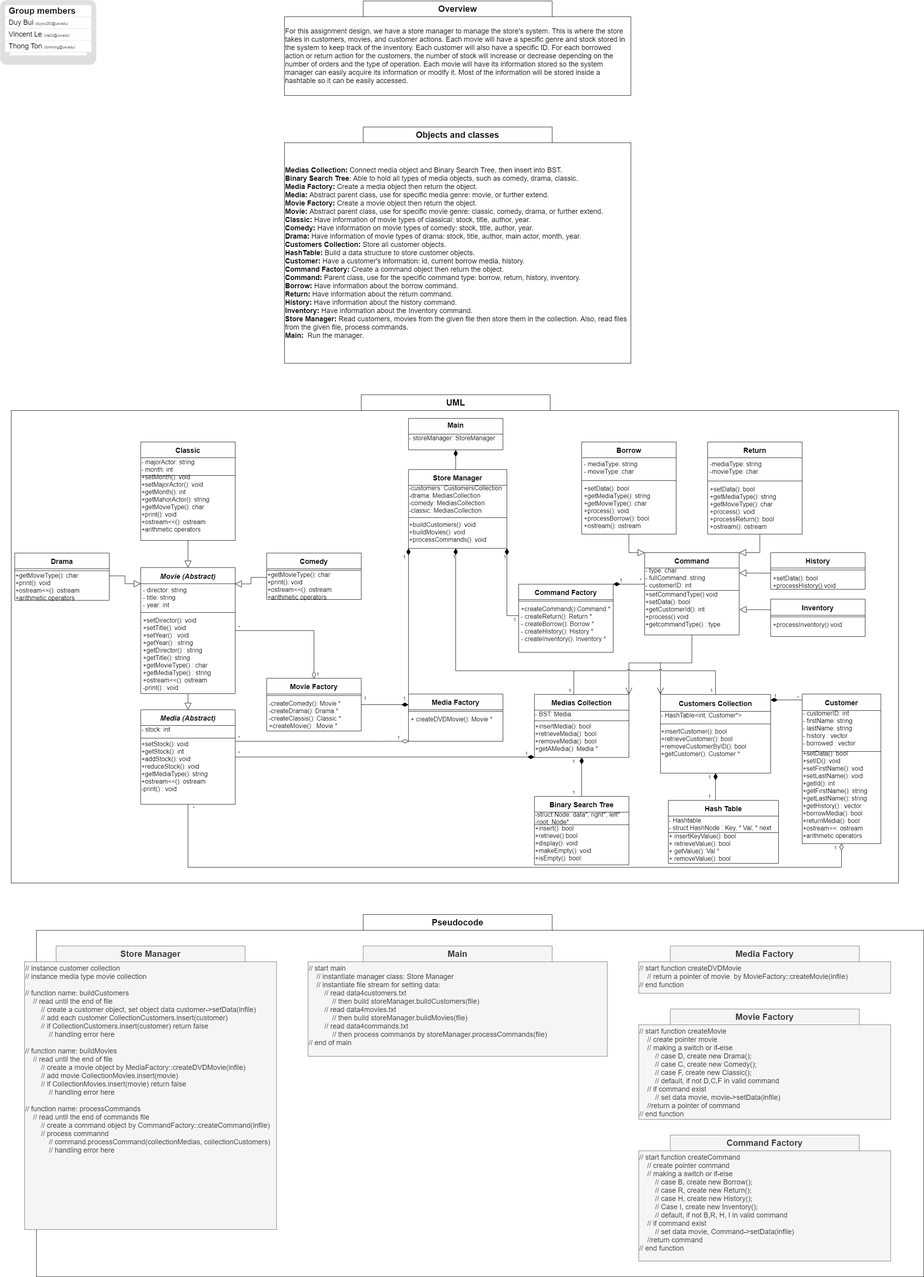
Above: CSS343/assignment4/project_design/uml/css343_assignment4_uml.png in thongton11314/Cpp-Reference (draw.io), before the change. Source tidied: cells renumbered, new cells last; positions are measured from the earlier drawing's top-left corner, leaving out a move shared by most shapes.
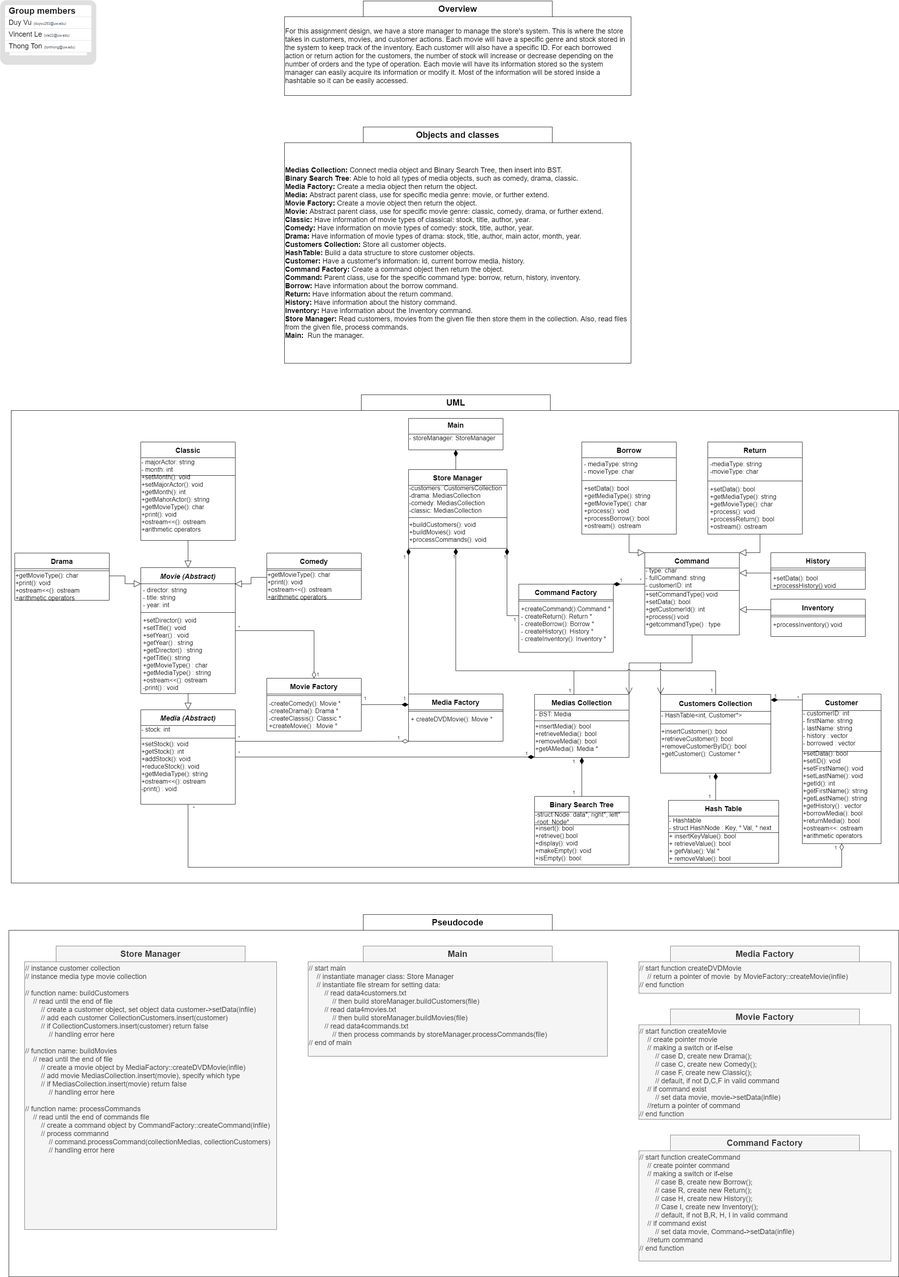
The same file after the commit.

Diff of the diagram source:
```diff
@@ -3,7 +3,7 @@
     <mxCell id="0" />
     <mxCell id="1" parent="0" />
     <mxCell id="2" style="rounded=0;whiteSpace=wrap;html=1;fontSize=18;" parent="1" vertex="1">
-      <mxGeometry x="80" y="2360" width="2254" height="880" as="geometry" />
+      <mxGeometry x="10" y="2360" width="2260" height="880" as="geometry" />
     </mxCell>
     <mxCell id="3" style="rounded=0;whiteSpace=wrap;html=1;" parent="1" vertex="1">
       <mxGeometry x="16" y="1040" width="2254" height="1200" as="geometry" />
@@ -469,7 +469,7 @@
     <mxCell id="122" value="&lt;div&gt;&lt;span&gt;// start main&lt;/span&gt;&lt;br&gt;&lt;/div&gt;&lt;div&gt;&amp;nbsp; &amp;nbsp; // instantiate manager class: Store Manager&lt;/div&gt;&lt;div&gt;&amp;nbsp; &amp;nbsp; // instantiate file stream for setting data:&amp;nbsp;&lt;/div&gt;&lt;div&gt;&amp;nbsp; &amp;nbsp; &amp;nbsp; &amp;nbsp; // read data4customers.txt&amp;nbsp;&lt;/div&gt;&lt;div&gt;&amp;nbsp; &amp;nbsp; &amp;nbsp; &amp;nbsp; &amp;nbsp; &amp;nbsp; // then build storeManager.buildCustomers(file)&lt;/div&gt;&lt;div&gt;&amp;nbsp; &amp;nbsp; &amp;nbsp; &amp;nbsp; // read data4movies.txt&amp;nbsp;&lt;/div&gt;&lt;div&gt;&amp;nbsp; &amp;nbsp; &amp;nbsp; &amp;nbsp; &amp;nbsp; &amp;nbsp; // then build storeManager.buildMovies(file)&lt;/div&gt;&lt;div&gt;&amp;nbsp; &amp;nbsp; &amp;nbsp; &amp;nbsp; // read data4commands.txt&amp;nbsp;&lt;/div&gt;&lt;div&gt;&amp;nbsp; &amp;nbsp; &amp;nbsp; &amp;nbsp; &amp;nbsp; &amp;nbsp; // then process commands by&amp;nbsp;&lt;span&gt;storeManager.processCommands(file)&lt;/span&gt;&lt;/div&gt;&lt;div&gt;// end of main&lt;/div&gt;" style="text;html=1;strokeColor=#666666;fillColor=#f5f5f5;align=left;verticalAlign=top;whiteSpace=wrap;rounded=0;shadow=0;glass=0;sketch=0;fontSize=18;horizontal=1;fontColor=#333333;" parent="1" vertex="1">
       <mxGeometry x="770" y="2440" width="760" height="240" as="geometry" />
     </mxCell>
-    <mxCell id="123" value="&lt;div&gt;&lt;span&gt;// instance customer collection&lt;/span&gt;&lt;br&gt;&lt;/div&gt;&lt;div&gt;// instance media type movie collection&lt;/div&gt;&lt;div&gt;&lt;br&gt;&lt;/div&gt;&lt;div&gt;// function name: buildCustomers&lt;/div&gt;&lt;div&gt;&amp;nbsp; &amp;nbsp; // read until the end of file&lt;/div&gt;&lt;div&gt;&amp;nbsp; &amp;nbsp; &amp;nbsp; &amp;nbsp; // create a customer object, set object data customer-&amp;gt;setData(infile)&lt;/div&gt;&lt;div&gt;&amp;nbsp; &amp;nbsp; &amp;nbsp; &amp;nbsp; // add each customer CollectionCustomers.insert(customer)&lt;/div&gt;&lt;div&gt;&amp;nbsp; &amp;nbsp; &amp;nbsp; &amp;nbsp; // if CollectionCustomers.insert(customer) return false&lt;/div&gt;&lt;div&gt;&amp;nbsp; &amp;nbsp; &amp;nbsp; &amp;nbsp; &amp;nbsp; &amp;nbsp; // handling error here&lt;/div&gt;&lt;div&gt;&lt;br&gt;&lt;/div&gt;&lt;div&gt;// function name: buildMovies&lt;/div&gt;&lt;div&gt;&amp;nbsp; &amp;nbsp; // read until the end of file&lt;/div&gt;&lt;div&gt;&amp;nbsp; &amp;nbsp; &amp;nbsp; &amp;nbsp; // create a movie object by MediaFactory::createDVDMovie(infile)&lt;/div&gt;&lt;div&gt;&amp;nbsp; &amp;nbsp; &amp;nbsp; &amp;nbsp; // add movie CollectionMovies.insert(movie)&lt;/div&gt;&lt;div&gt;&amp;nbsp; &amp;nbsp; &amp;nbsp; &amp;nbsp; // if CollectionMovies.insert(movie) return false&lt;/div&gt;&lt;div&gt;&amp;nbsp; &amp;nbsp; &amp;nbsp; &amp;nbsp; &amp;nbsp; &amp;nbsp; // handling error here&lt;/div&gt;&lt;div&gt;&lt;br&gt;&lt;/div&gt;&lt;div&gt;// function name: processCommands&lt;/div&gt;&lt;div&gt;&amp;nbsp; &amp;nbsp; // read until the end of commands file&lt;/div&gt;&lt;div&gt;&amp;nbsp; &amp;nbsp; &amp;nbsp; &amp;nbsp; // create a command object by CommandFactory::createCommand(infile)&lt;/div&gt;&lt;div&gt;&amp;nbsp; &amp;nbsp; &amp;nbsp; &amp;nbsp; // process commannd&lt;/div&gt;&lt;div&gt;&amp;nbsp; &amp;nbsp; &amp;nbsp; &amp;nbsp; &amp;nbsp; &amp;nbsp; // command.processCommand(collectionMedias, collectionCustomers)&lt;/div&gt;&lt;div&gt;&amp;nbsp; &amp;nbsp; &amp;nbsp; &amp;nbsp; &amp;nbsp; &amp;nbsp; // handling error here&lt;/div&gt;" style="text;html=1;strokeColor=#666666;fillColor=#f5f5f5;align=left;verticalAlign=top;whiteSpace=wrap;rounded=0;shadow=0;glass=0;sketch=0;fontSize=18;horizontal=1;fontColor=#333333;" parent="1" vertex="1">
+    <mxCell id="123" value="&lt;div&gt;&lt;span&gt;// instance customer collection&lt;/span&gt;&lt;br&gt;&lt;/div&gt;&lt;div&gt;// instance media type movie collection&lt;/div&gt;&lt;div&gt;&lt;br&gt;&lt;/div&gt;&lt;div&gt;// function name: buildCustomers&lt;/div&gt;&lt;div&gt;&amp;nbsp; &amp;nbsp; // read until the end of file&lt;/div&gt;&lt;div&gt;&amp;nbsp; &amp;nbsp; &amp;nbsp; &amp;nbsp; // create a customer object, set object data customer-&amp;gt;setData(infile)&lt;/div&gt;&lt;div&gt;&amp;nbsp; &amp;nbsp; &amp;nbsp; &amp;nbsp; // add each customer CollectionCustomers.insert(customer)&lt;/div&gt;&lt;div&gt;&amp;nbsp; &amp;nbsp; &amp;nbsp; &amp;nbsp; // if CollectionCustomers.insert(customer) return false&lt;/div&gt;&lt;div&gt;&amp;nbsp; &amp;nbsp; &amp;nbsp; &amp;nbsp; &amp;nbsp; &amp;nbsp; // handling error here&lt;/div&gt;&lt;div&gt;&lt;br&gt;&lt;/div&gt;&lt;div&gt;// function name: buildMovies&lt;/div&gt;&lt;div&gt;&amp;nbsp; &amp;nbsp; // read until the end of file&lt;/div&gt;&lt;div&gt;&amp;nbsp; &amp;nbsp; &amp;nbsp; &amp;nbsp; // create a movie object by MediaFactory::createDVDMovie(infile)&lt;/div&gt;&lt;div&gt;&amp;nbsp; &amp;nbsp; &amp;nbsp; &amp;nbsp; // add movie MediasCollection.insert(movie), specify which type&lt;/div&gt;&lt;div&gt;&amp;nbsp; &amp;nbsp; &amp;nbsp; &amp;nbsp; // if MediasCollection.insert(movie) return false&lt;/div&gt;&lt;div&gt;&amp;nbsp; &amp;nbsp; &amp;nbsp; &amp;nbsp; &amp;nbsp; &amp;nbsp; // handling error here&lt;/div&gt;&lt;div&gt;&lt;br&gt;&lt;/div&gt;&lt;div&gt;// function name: processCommands&lt;/div&gt;&lt;div&gt;&amp;nbsp; &amp;nbsp; // read until the end of commands file&lt;/div&gt;&lt;div&gt;&amp;nbsp; &amp;nbsp; &amp;nbsp; &amp;nbsp; // create a command object by CommandFactory::createCommand(infile)&lt;/div&gt;&lt;div&gt;&amp;nbsp; &amp;nbsp; &amp;nbsp; &amp;nbsp; // process commannd&lt;/div&gt;&lt;div&gt;&amp;nbsp; &amp;nbsp; &amp;nbsp; &amp;nbsp; &amp;nbsp; &amp;nbsp; // command.processCommand(collectionMedias, collectionCustomers)&lt;/div&gt;&lt;div&gt;&amp;nbsp; &amp;nbsp; &amp;nbsp; &amp;nbsp; &amp;nbsp; &amp;nbsp; // handling error here&lt;/div&gt;" style="text;html=1;strokeColor=#666666;fillColor=#f5f5f5;align=left;verticalAlign=top;whiteSpace=wrap;rounded=0;shadow=0;glass=0;sketch=0;fontSize=18;horizontal=1;fontColor=#333333;" parent="1" vertex="1">
       <mxGeometry x="50" y="2440" width="640" height="680" as="geometry" />
     </mxCell>
     <mxCell id="124" value="&lt;div&gt;// start function createMovie&lt;/div&gt;&lt;div&gt;&amp;nbsp; &amp;nbsp; // create pointer movie&lt;/div&gt;&lt;div&gt;&amp;nbsp; &amp;nbsp; // making a switch or if-else&lt;/div&gt;&lt;div&gt;&amp;nbsp; &amp;nbsp; &amp;nbsp; &amp;nbsp; // case D, create new Drama();&lt;/div&gt;&lt;div&gt;&amp;nbsp; &amp;nbsp; &amp;nbsp; &amp;nbsp; // case C, create new Comedy();&lt;/div&gt;&lt;div&gt;&amp;nbsp; &amp;nbsp; &amp;nbsp; &amp;nbsp; // case F, create new Classic();&lt;/div&gt;&lt;div&gt;&amp;nbsp; &amp;nbsp; &amp;nbsp; &amp;nbsp; // default, if not D,C,F in valid command&lt;/div&gt;&lt;div&gt;&amp;nbsp; &amp;nbsp; // if command exist&lt;/div&gt;&lt;div&gt;&amp;nbsp; &amp;nbsp; &amp;nbsp; &amp;nbsp; // set data movie, movie-&amp;gt;setData(infile)&lt;/div&gt;&lt;div&gt;&amp;nbsp; &amp;nbsp; //return a pointer of command&amp;nbsp;&lt;/div&gt;&lt;div&gt;// end function&lt;/div&gt;" style="text;html=1;strokeColor=#666666;fillColor=#f5f5f5;align=left;verticalAlign=top;whiteSpace=wrap;rounded=0;shadow=0;glass=0;sketch=0;fontSize=18;horizontal=1;fontColor=#333333;" parent="1" vertex="1">
@@ -502,7 +502,7 @@
     <mxCell id="133" value="&lt;b&gt;&lt;font style=&quot;font-size: 22px&quot; color=&quot;#0f0f0f&quot;&gt;Group members&lt;/font&gt;&lt;/b&gt;" style="html=1;shadow=0;dashed=0;shape=mxgraph.bootstrap.topButton;rSize=5;strokeColor=inherit;fillColor=#ffffff;fontColor=#6C767D;perimeter=none;whiteSpace=wrap;align=left;spacing=10;" parent="132" vertex="1">
       <mxGeometry width="220" height="30" relative="1" as="geometry" />
     </mxCell>
-    <mxCell id="134" value="&lt;font style=&quot;font-size: 18px&quot;&gt;Duy Bui&amp;nbsp;&lt;/font&gt;&lt;font style=&quot;font-size: 9px&quot;&gt;&lt;font style=&quot;font-size: 9px&quot;&gt;(&lt;/font&gt;&lt;span style=&quot;color: rgb(45 , 59 , 69) ; font-family: &amp;#34;lato extended&amp;#34; , &amp;#34;lato&amp;#34; , &amp;#34;helvetica neue&amp;#34; , &amp;#34;helvetica&amp;#34; , &amp;#34;arial&amp;#34; , sans-serif ; background-color: rgb(255 , 255 , 255)&quot;&gt;duyvu263@uw.edu)&lt;/span&gt;&lt;/font&gt;" style="strokeColor=inherit;fillColor=inherit;gradientColor=inherit;fontColor=inherit;html=1;shadow=0;dashed=0;perimeter=none;whiteSpace=wrap;align=left;spacing=10;" parent="132" vertex="1">
+    <mxCell id="134" value="&lt;font style=&quot;font-size: 18px&quot;&gt;Duy Vu&amp;nbsp;&lt;/font&gt;&lt;font style=&quot;font-size: 9px&quot;&gt;&lt;font style=&quot;font-size: 9px&quot;&gt;(&lt;/font&gt;&lt;span style=&quot;color: rgb(45 , 59 , 69) ; font-family: &amp;#34;lato extended&amp;#34; , &amp;#34;lato&amp;#34; , &amp;#34;helvetica neue&amp;#34; , &amp;#34;helvetica&amp;#34; , &amp;#34;arial&amp;#34; , sans-serif ; background-color: rgb(255 , 255 , 255)&quot;&gt;duyvu263@uw.edu)&lt;/span&gt;&lt;/font&gt;" style="strokeColor=inherit;fillColor=inherit;gradientColor=inherit;fontColor=inherit;html=1;shadow=0;dashed=0;perimeter=none;whiteSpace=wrap;align=left;spacing=10;" parent="132" vertex="1">
       <mxGeometry width="220" height="30" relative="1" as="geometry">
         <mxPoint y="30" as="offset" />
       </mxGeometry>
```
